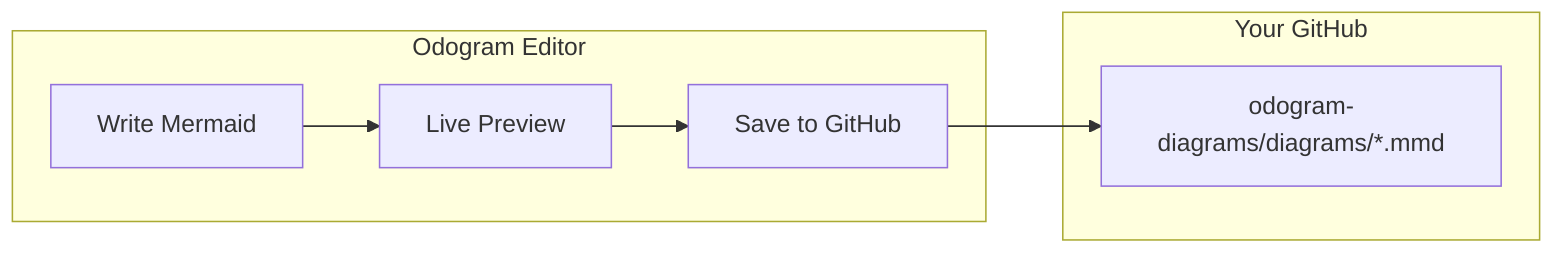
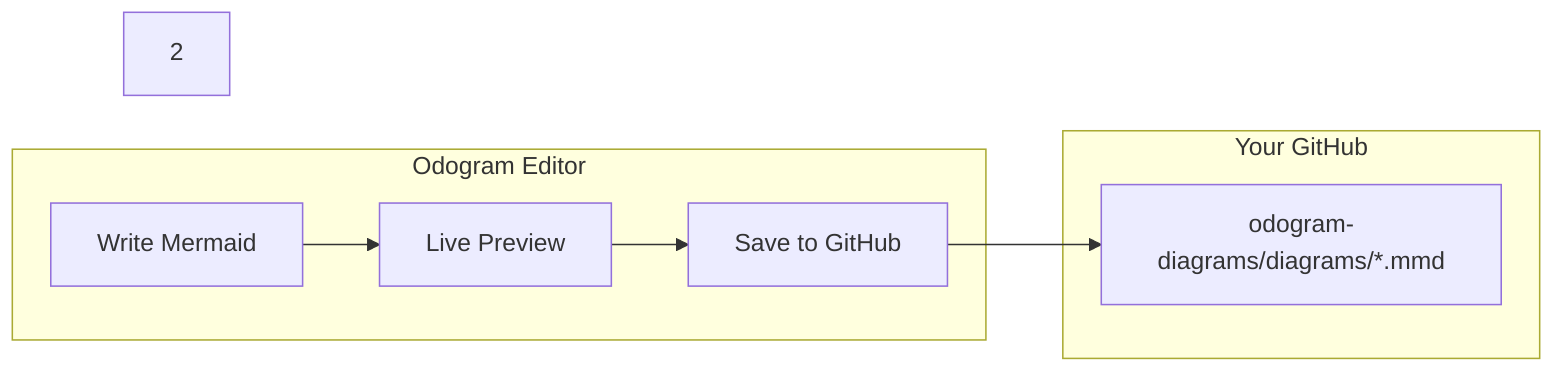
flowchart LR
  subgraph editor [Odogram Editor]
    A[Write Mermaid] --> B[Live Preview]
    B --> C[Save to GitHub]
  end

  subgraph github [Your GitHub]
    D[odogram-diagrams/diagrams/*.mmd]
  end

  C --> D
+ 2